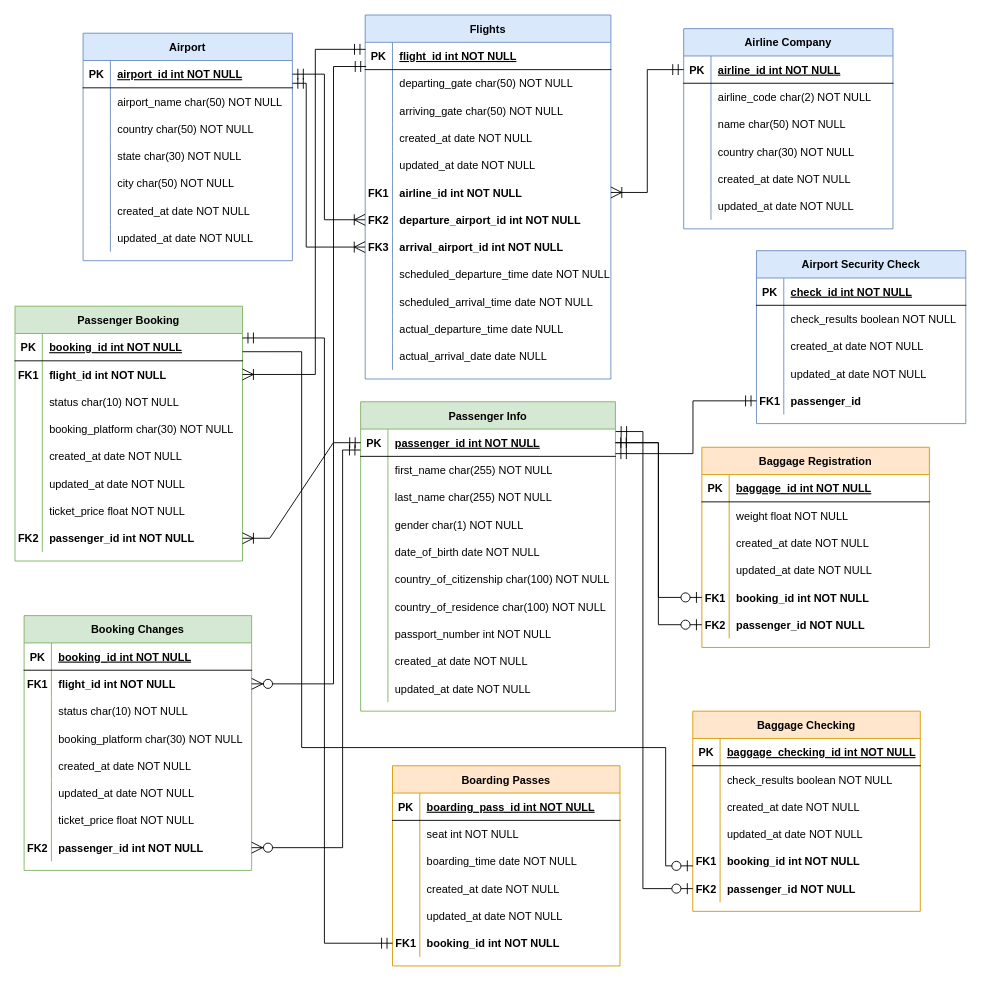
Earlier version of the draw.io diagram Db-assignment1.drawio (AnyokaCS/DBMS). Source tidied: cells renumbered, new cells numbered last; positions are measured from the earlier drawing's top-left corner, leaving out a move shared by most shapes. Both pictures are drawn from the tidied source at 91%, with x=0, y=0 at pixel (15, 15).
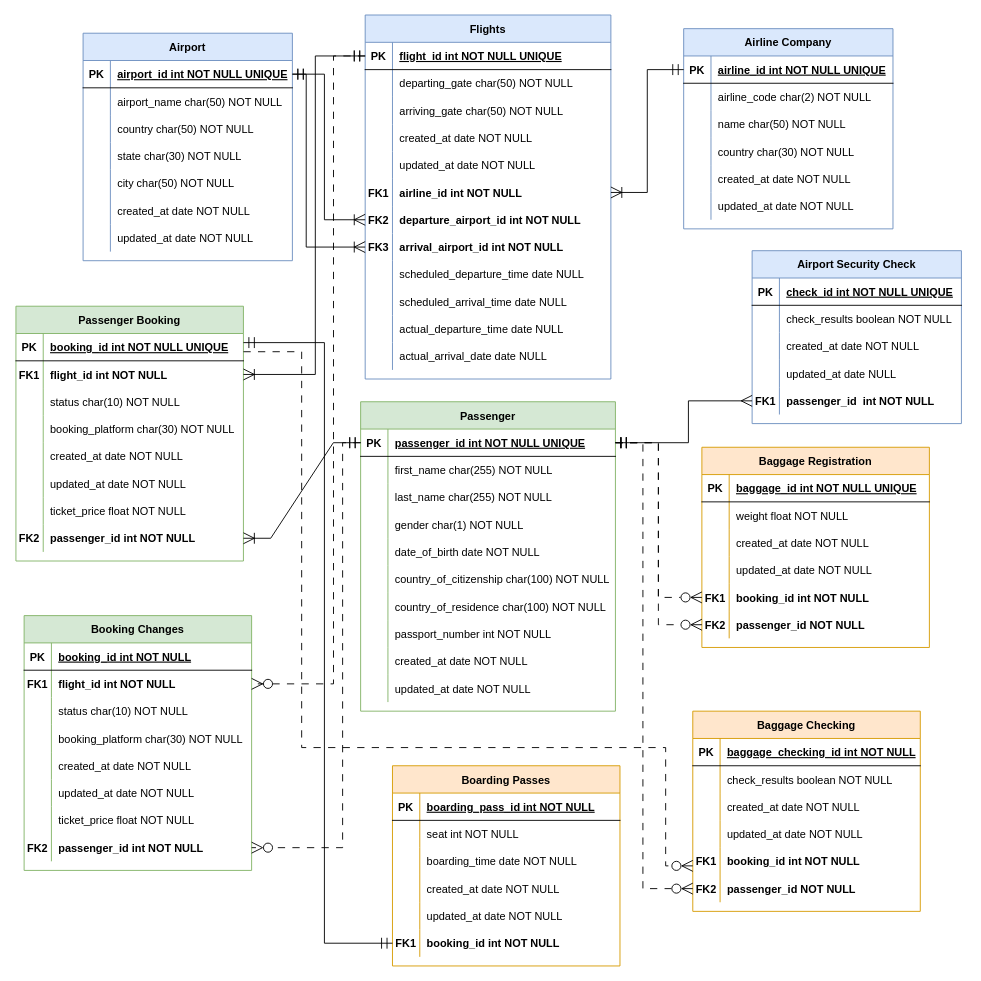
The same page after the edit.

The change refers to these unchanged cells:
```xml
<mxCell id="3" style="shape=partialRectangle;fillColor=none;points=[[0,0.5],[1,0.5]];portConstraint=eastwest;top=0;left=0;right=0;bottom=1;" parent="2" vertex="1">
  <mxGeometry y="30" width="230" height="30" as="geometry" />
</mxCell>
<mxCell id="25" style="shape=partialRectangle;fillColor=none;points=[[0,0.5],[1,0.5]];portConstraint=eastwest;top=0;left=0;right=0;bottom=1;" parent="24" vertex="1">
  <mxGeometry y="30" width="270" height="30" as="geometry" />
</mxCell>
<mxCell id="46" style="shape=partialRectangle;fillColor=none;points=[[0,0.5],[1,0.5]];portConstraint=eastwest;top=0;left=0;right=0;bottom=0;" parent="24" vertex="1">
  <mxGeometry y="240" width="270" height="30" as="geometry" />
</mxCell>
<mxCell id="49" style="shape=partialRectangle;fillColor=none;top=0;left=0;right=0;bottom=0;" parent="24" vertex="1">
  <mxGeometry y="270" width="270" height="30" as="geometry" />
</mxCell>
<mxCell id="52" style="shape=partialRectangle;fillColor=none;top=0;left=0;right=0;bottom=0;" parent="24" vertex="1">
  <mxGeometry y="300" width="270" height="30" as="geometry" />
</mxCell>
<mxCell id="62" style="shape=partialRectangle;fillColor=none;points=[[0,0.5],[1,0.5]];portConstraint=eastwest;top=0;left=0;right=0;bottom=1;" parent="61" vertex="1">
  <mxGeometry y="30" width="230" height="30" as="geometry" />
</mxCell>
<mxCell id="83" style="shape=partialRectangle;fillColor=none;points=[[0,0.5],[1,0.5]];portConstraint=eastwest;top=0;left=0;right=0;bottom=1;" parent="82" vertex="1">
  <mxGeometry y="30" width="250" height="30" as="geometry" />
</mxCell>
<mxCell id="86" style="shape=partialRectangle;fillColor=none;points=[[0,0.5],[1,0.5]];portConstraint=eastwest;top=0;left=0;right=0;bottom=0;" parent="82" vertex="1">
  <mxGeometry y="60" width="250" height="30" as="geometry" />
</mxCell>
<mxCell id="108" style="shape=partialRectangle;fillColor=none;points=[[0,0.5],[1,0.5]];portConstraint=eastwest;top=0;left=0;right=0;bottom=1;" parent="107" vertex="1">
  <mxGeometry y="30" width="280" height="30" as="geometry" />
</mxCell>
<mxCell id="143" style="shape=partialRectangle;fillColor=none;points=[[0,0.5],[1,0.5]];portConstraint=eastwest;top=0;left=0;right=0;bottom=0;" parent="139" vertex="1">
  <mxGeometry y="60" width="250" height="30" as="geometry" />
</mxCell>
<mxCell id="161" style="shape=partialRectangle;fillColor=none;points=[[0,0.5],[1,0.5]];portConstraint=eastwest;top=0;left=0;right=0;bottom=0;" parent="139" vertex="1">
  <mxGeometry y="240" width="250" height="30" as="geometry" />
</mxCell>
<mxCell id="180" style="shape=partialRectangle;fillColor=none;points=[[0,0.5],[1,0.5]];portConstraint=eastwest;top=0;left=0;right=0;bottom=0;" parent="164" vertex="1">
  <mxGeometry y="180" width="250" height="30" as="geometry" />
</mxCell>
<mxCell id="184" style="shape=partialRectangle;fillColor=none;top=0;left=0;right=0;bottom=1;" parent="183" vertex="1">
  <mxGeometry y="30" width="230" height="30" as="geometry" />
</mxCell>
<mxCell id="193" style="shape=partialRectangle;fillColor=none;top=0;left=0;right=0;bottom=0;" parent="183" vertex="1">
  <mxGeometry y="120" width="230" height="30" as="geometry" />
</mxCell>
<mxCell id="196" style="shape=partialRectangle;fillColor=none;points=[[0,0.5],[1,0.5]];portConstraint=eastwest;top=0;left=0;right=0;bottom=0;" parent="183" vertex="1">
  <mxGeometry y="150" width="230" height="30" as="geometry" />
</mxCell>
<mxCell id="200" style="shape=partialRectangle;fillColor=none;top=0;left=0;right=0;bottom=1;" parent="199" vertex="1">
  <mxGeometry y="30" width="250" height="30" as="geometry" />
</mxCell>
<mxCell id="212" style="shape=partialRectangle;fillColor=none;points=[[0,0.5],[1,0.5]];portConstraint=eastwest;top=0;left=0;right=0;bottom=0;" parent="199" vertex="1">
  <mxGeometry y="150" width="250" height="30" as="geometry" />
</mxCell>
<mxCell id="215" style="shape=partialRectangle;fillColor=none;points=[[0,0.5],[1,0.5]];portConstraint=eastwest;top=0;left=0;right=0;bottom=0;" parent="199" vertex="1">
  <mxGeometry y="180" width="250" height="30" as="geometry" />
</mxCell>
<mxCell id="234" style="shape=partialRectangle;fillColor=none;points=[[0,0.5],[1,0.5]];portConstraint=eastwest;top=0;left=0;right=0;bottom=0;" parent="218" vertex="1">
  <mxGeometry y="180" width="250" height="30" as="geometry" />
</mxCell>
```

Change to the diagram source:
```diff
@@
-    <mxCell id="5" value="airport_id int NOT NULL " style="shape=partialRectangle;overflow=hidden;fillColor=none;top=0;left=0;bottom=0;right=0;align=left;spacingLeft=6;fontStyle=5;" parent="3" vertex="1">
+    <mxCell id="5" value="airport_id int NOT NULL UNIQUE" style="shape=partialRectangle;overflow=hidden;fillColor=none;top=0;left=0;bottom=0;right=0;align=left;spacingLeft=6;fontStyle=5;" parent="3" vertex="1">
       <mxGeometry x="30" width="200" height="30" as="geometry" />
     </mxCell>
@@
-    <mxCell id="27" value="flight_id int NOT NULL " style="shape=partialRectangle;overflow=hidden;fillColor=none;top=0;left=0;bottom=0;right=0;align=left;spacingLeft=6;fontStyle=5;" parent="25" vertex="1">
+    <mxCell id="27" value="flight_id int NOT NULL UNIQUE" style="shape=partialRectangle;overflow=hidden;fillColor=none;top=0;left=0;bottom=0;right=0;align=left;spacingLeft=6;fontStyle=5;" parent="25" vertex="1">
       <mxGeometry x="30" width="240" height="30" as="geometry" />
     </mxCell>
@@
-    <mxCell id="51" value="scheduled_departure_time date NOT NULL" style="shape=partialRectangle;overflow=hidden;fillColor=none;top=0;left=0;bottom=0;right=0;align=left;spacingLeft=6;" parent="49" vertex="1">
+    <mxCell id="51" value="scheduled_departure_time date NULL" style="shape=partialRectangle;overflow=hidden;fillColor=none;top=0;left=0;bottom=0;right=0;align=left;spacingLeft=6;" parent="49" vertex="1">
       <mxGeometry x="30" width="240" height="30" as="geometry" />
     </mxCell>
@@
-    <mxCell id="54" value="scheduled_arrival_time date NOT NULL" style="shape=partialRectangle;overflow=hidden;fillColor=none;top=0;left=0;bottom=0;right=0;align=left;spacingLeft=6;" parent="52" vertex="1">
+    <mxCell id="54" value="scheduled_arrival_time date NULL" style="shape=partialRectangle;overflow=hidden;fillColor=none;top=0;left=0;bottom=0;right=0;align=left;spacingLeft=6;" parent="52" vertex="1">
       <mxGeometry x="30" width="240" height="30" as="geometry" />
     </mxCell>
@@
-    <mxCell id="64" value="airline_id int NOT NULL " style="shape=partialRectangle;overflow=hidden;fillColor=none;top=0;left=0;bottom=0;right=0;align=left;spacingLeft=6;fontStyle=5;" parent="62" vertex="1">
+    <mxCell id="64" value="airline_id int NOT NULL UNIQUE" style="shape=partialRectangle;overflow=hidden;fillColor=none;top=0;left=0;bottom=0;right=0;align=left;spacingLeft=6;fontStyle=5;" parent="62" vertex="1">
       <mxGeometry x="30" width="200" height="30" as="geometry" />
     </mxCell>
@@
-    <mxCell id="81" style="edgeStyle=orthogonalEdgeStyle;fontSize=12;html=1;endArrow=ERoneToMany;startArrow=ERmandOne;rounded=0;entryX=0;entryY=0.5;entryDx=0;entryDy=0;endSize=10;startSize=10;" parent="1" edge="1" target="46">
+    <mxCell id="81" style="edgeStyle=orthogonalEdgeStyle;fontSize=12;html=1;endArrow=ERoneToMany;startArrow=ERmandOne;rounded=0;entryX=0;entryY=0.5;entryDx=0;entryDy=0;endSize=10;startSize=10;exitX=1;exitY=0.5;exitDx=0;exitDy=0;" parent="1" edge="1" source="3" target="46">
       <mxGeometry relative="1" as="geometry">
-        <mxPoint x="304.8" y="75" as="sourcePoint" />
         <Array as="points">
-          <mxPoint x="320" y="75" />
+          <mxPoint x="320" y="65" />
           <mxPoint x="320" y="255" />
         </Array>
       </mxGeometry>
     </mxCell>
     <mxCell id="82" value="Passenger Booking" style="shape=table;startSize=30;childLayout=tableLayout;rowLines=0;fontStyle=1;align=center;fillColor=#d5e8d4;strokeColor=#82b366;" parent="1" vertex="1">
-      <mxGeometry y="320" width="250" height="280" as="geometry" />
+      <mxGeometry x="1" y="320" width="250" height="280" as="geometry" />
     </mxCell>
@@
-    <mxCell id="85" value="booking_id int NOT NULL " style="shape=partialRectangle;overflow=hidden;fillColor=none;top=0;left=0;bottom=0;right=0;align=left;spacingLeft=6;fontStyle=5;" parent="83" vertex="1">
+    <mxCell id="85" value="booking_id int NOT NULL UNIQUE" style="shape=partialRectangle;overflow=hidden;fillColor=none;top=0;left=0;bottom=0;right=0;align=left;spacingLeft=6;fontStyle=5;" parent="83" vertex="1">
       <mxGeometry x="30" width="220" height="30" as="geometry" />
     </mxCell>
@@
-    <mxCell id="107" value="Passenger Info" style="shape=table;startSize=30;childLayout=tableLayout;rowLines=0;fontStyle=1;align=center;fillColor=#d5e8d4;strokeColor=#82b366;" parent="1" vertex="1">
+    <mxCell id="107" value="Passenger" style="shape=table;startSize=30;childLayout=tableLayout;rowLines=0;fontStyle=1;align=center;fillColor=#d5e8d4;strokeColor=#82b366;" parent="1" vertex="1">
       <mxGeometry x="379.8" y="425" width="280" height="340" as="geometry" />
     </mxCell>
@@
-    <mxCell id="110" value="passenger_id int NOT NULL " style="shape=partialRectangle;overflow=hidden;fillColor=none;top=0;left=0;bottom=0;right=0;align=left;spacingLeft=6;fontStyle=5;" parent="108" vertex="1">
+    <mxCell id="110" value="passenger_id int NOT NULL UNIQUE" style="shape=partialRectangle;overflow=hidden;fillColor=none;top=0;left=0;bottom=0;right=0;align=left;spacingLeft=6;fontStyle=5;" parent="108" vertex="1">
       <mxGeometry x="30" width="250" height="30" as="geometry" />
     </mxCell>
@@
     <mxCell id="183" value="Airport Security Check" style="shape=table;startSize=30;childLayout=tableLayout;rowLines=0;fontStyle=1;align=center;fillColor=#dae8fc;strokeColor=#6c8ebf;" parent="1" vertex="1">
-      <mxGeometry x="814.8" y="259" width="230" height="190" as="geometry" />
+      <mxGeometry x="810" y="259" width="230" height="190" as="geometry" />
     </mxCell>
@@
-    <mxCell id="186" value="check_id int NOT NULL " style="shape=partialRectangle;overflow=hidden;fillColor=none;top=0;left=0;bottom=0;right=0;align=left;spacingLeft=6;fontStyle=5;" parent="184" vertex="1">
+    <mxCell id="186" value="check_id int NOT NULL UNIQUE" style="shape=partialRectangle;overflow=hidden;fillColor=none;top=0;left=0;bottom=0;right=0;align=left;spacingLeft=6;fontStyle=5;" parent="184" vertex="1">
       <mxGeometry x="30" width="200" height="30" as="geometry" />
     </mxCell>
@@
-    <mxCell id="195" value="updated_at date NOT NULL" style="shape=partialRectangle;overflow=hidden;fillColor=none;top=0;left=0;bottom=0;right=0;align=left;spacingLeft=6;" parent="193" vertex="1">
+    <mxCell id="195" value="updated_at date NULL" style="shape=partialRectangle;overflow=hidden;fillColor=none;top=0;left=0;bottom=0;right=0;align=left;spacingLeft=6;" parent="193" vertex="1">
       <mxGeometry x="30" width="200" height="30" as="geometry" />
     </mxCell>
@@
-    <mxCell id="198" value="passenger_id" style="shape=partialRectangle;overflow=hidden;fillColor=none;top=0;left=0;bottom=0;right=0;align=left;spacingLeft=6;fontStyle=1;" parent="196" vertex="1">
+    <mxCell id="198" value="passenger_id  int NOT NULL" style="shape=partialRectangle;overflow=hidden;fillColor=none;top=0;left=0;bottom=0;right=0;align=left;spacingLeft=6;fontStyle=1;" parent="196" vertex="1">
       <mxGeometry x="30" width="200" height="30" as="geometry" />
     </mxCell>
@@
-    <mxCell id="202" value="baggage_id int NOT NULL " style="shape=partialRectangle;overflow=hidden;fillColor=none;top=0;left=0;bottom=0;right=0;align=left;spacingLeft=6;fontStyle=5;" parent="200" vertex="1">
+    <mxCell id="202" value="baggage_id int NOT NULL UNIQUE" style="shape=partialRectangle;overflow=hidden;fillColor=none;top=0;left=0;bottom=0;right=0;align=left;spacingLeft=6;fontStyle=5;" parent="200" vertex="1">
       <mxGeometry x="30" width="220" height="30" as="geometry" />
     </mxCell>
@@
-    <mxCell id="237" style="edgeStyle=orthogonalEdgeStyle;fontSize=12;html=1;endArrow=ERmandOne;startArrow=ERmandOne;rounded=0;entryX=0;entryY=0.5;entryDx=0;entryDy=0;endSize=10;startSize=10;" parent="1" edge="1" source="108" target="196">
+    <mxCell id="237" style="edgeStyle=orthogonalEdgeStyle;fontSize=12;html=1;endArrow=ERmany;startArrow=ERmandOne;rounded=0;entryX=0;entryY=0.5;entryDx=0;entryDy=0;endSize=10;startSize=10;endFill=0;" parent="1" edge="1" source="108" target="196">
       <mxGeometry relative="1" as="geometry">
         <Array as="points">
-          <mxPoint x="745" y="482" />
-          <mxPoint x="745" y="424" />
+          <mxPoint x="740" y="470" />
+          <mxPoint x="740" y="424" />
         </Array>
       </mxGeometry>
     </mxCell>
@@
-    <mxCell id="239" style="edgeStyle=orthogonalEdgeStyle;fontSize=12;html=1;endArrow=ERmandOne;startArrow=ERmandOne;rounded=0;endSize=10;startSize=10;exitX=1;exitY=0.163;exitDx=0;exitDy=0;exitPerimeter=0;" parent="1" edge="1" source="83" target="180">
+    <mxCell id="239" style="edgeStyle=orthogonalEdgeStyle;fontSize=12;html=1;endArrow=ERmandOne;startArrow=ERmandOne;rounded=0;endSize=10;startSize=10;" parent="1" edge="1" source="83" target="180">
       <mxGeometry relative="1" as="geometry">
         <Array as="points">
-          <mxPoint x="340" y="355" />
+          <mxPoint x="340" y="360" />
           <mxPoint x="340" y="1020" />
         </Array>
       </mxGeometry>
     </mxCell>
-    <mxCell id="240" style="edgeStyle=elbowEdgeStyle;fontSize=12;html=1;endArrow=ERzeroToMany;startArrow=ERmandOne;rounded=0;exitX=-0.001;exitY=0.767;exitDx=0;exitDy=0;exitPerimeter=0;endSize=10;startSize=10;entryX=1;entryY=0.5;entryDx=0;entryDy=0;" parent="1" edge="1" source="108" target="161">
+    <mxCell id="240" style="edgeStyle=elbowEdgeStyle;fontSize=12;html=1;endArrow=ERzeroToMany;startArrow=ERmandOne;rounded=0;exitX=0;exitY=0.5;exitDx=0;exitDy=0;endSize=10;startSize=10;entryX=1;entryY=0.5;entryDx=0;entryDy=0;dashed=1;dashPattern=8 8;" parent="1" edge="1" source="108" target="161">
       <mxGeometry relative="1" as="geometry">
         <Array as="points">
           <mxPoint x="360" y="720" />
         </Array>
       </mxGeometry>
     </mxCell>
-    <mxCell id="241" style="edgeStyle=orthogonalEdgeStyle;fontSize=12;html=1;endArrow=ERzeroToOne;endFill=1;rounded=0;exitX=1;exitY=0.667;exitDx=0;exitDy=0;entryX=0;entryY=0.5;entryDx=0;entryDy=0;endSize=10;startSize=10;exitPerimeter=0;" parent="1" edge="1" source="83">
+    <mxCell id="241" style="edgeStyle=orthogonalEdgeStyle;fontSize=12;html=1;endArrow=ERzeroToMany;endFill=0;rounded=0;exitX=1;exitY=0.667;exitDx=0;exitDy=0;entryX=0;entryY=0.5;entryDx=0;entryDy=0;endSize=10;startSize=10;exitPerimeter=0;dashed=1;dashPattern=8 8;" parent="1" edge="1" source="83">
       <mxGeometry relative="1" as="geometry">
         <mxPoint x="744.8" y="935" as="targetPoint" />
         <Array as="points">
           <mxPoint x="315" y="370" />
           <mxPoint x="315" y="805" />
           <mxPoint x="715" y="805" />
           <mxPoint x="715" y="935" />
         </Array>
       </mxGeometry>
     </mxCell>
-    <mxCell id="242" style="edgeStyle=elbowEdgeStyle;fontSize=12;html=1;endArrow=ERoneToMany;startArrow=ERmandOne;rounded=0;endSize=10;startSize=10;entryX=1;entryY=0.5;entryDx=0;entryDy=0;exitX=0.001;exitY=0.257;exitDx=0;exitDy=0;exitPerimeter=0;" parent="1" edge="1" source="25" target="86">
+    <mxCell id="242" style="edgeStyle=elbowEdgeStyle;fontSize=12;html=1;endArrow=ERoneToMany;startArrow=ERmandOne;rounded=0;endSize=10;startSize=10;entryX=1;entryY=0.5;entryDx=0;entryDy=0;" parent="1" edge="1" source="25" target="86">
       <mxGeometry relative="1" as="geometry">
         <Array as="points">
           <mxPoint x="330" y="220" />
         </Array>
       </mxGeometry>
     </mxCell>
-    <mxCell id="243" style="edgeStyle=elbowEdgeStyle;fontSize=12;html=1;endArrow=ERzeroToMany;startArrow=ERmandOne;rounded=0;entryX=1;entryY=0.5;entryDx=0;entryDy=0;exitX=0.004;exitY=0.886;exitDx=0;exitDy=0;exitPerimeter=0;endSize=10;startSize=10;" parent="1" edge="1" source="25" target="143">
+    <mxCell id="243" style="edgeStyle=elbowEdgeStyle;fontSize=12;html=1;endArrow=ERzeroToMany;startArrow=ERmandOne;rounded=0;entryX=1;entryY=0.5;entryDx=0;entryDy=0;endSize=10;startSize=10;dashed=1;dashPattern=8 8;" parent="1" edge="1" source="25" target="143">
       <mxGeometry relative="1" as="geometry">
         <Array as="points">
           <mxPoint x="350" y="400" />
         </Array>
       </mxGeometry>
     </mxCell>
-    <mxCell id="244" style="edgeStyle=elbowEdgeStyle;fontSize=12;html=1;endArrow=ERzeroToOne;startArrow=ERmandOne;rounded=0;exitX=1;exitY=0.5;exitDx=0;exitDy=0;endSize=10;startSize=10;" parent="1" edge="1" source="108" target="215">
+    <mxCell id="244" style="edgeStyle=elbowEdgeStyle;fontSize=12;html=1;endArrow=ERzeroToMany;startArrow=ERmandOne;rounded=0;exitX=1;exitY=0.5;exitDx=0;exitDy=0;endSize=10;startSize=10;endFill=0;dashed=1;dashPattern=8 8;" parent="1" edge="1" source="108" target="215">
       <mxGeometry relative="1" as="geometry" />
     </mxCell>
-    <mxCell id="245" style="edgeStyle=elbowEdgeStyle;fontSize=12;html=1;endArrow=ERzeroToOne;startArrow=ERmandOne;rounded=0;exitX=1.001;exitY=0.091;exitDx=0;exitDy=0;endSize=10;startSize=10;exitPerimeter=0;" parent="1" edge="1" source="108" target="234">
+    <mxCell id="245" style="edgeStyle=elbowEdgeStyle;fontSize=12;html=1;endArrow=ERzeroToMany;startArrow=ERmandOne;rounded=0;exitX=1;exitY=0.5;exitDx=0;exitDy=0;endSize=10;startSize=10;endFill=0;dashed=1;dashPattern=8 8;" parent="1" edge="1" source="108" target="234">
       <mxGeometry relative="1" as="geometry">
         <Array as="points">
           <mxPoint x="690" y="720" />
         </Array>
       </mxGeometry>
     </mxCell>
-    <mxCell id="246" style="edgeStyle=elbowEdgeStyle;fontSize=12;html=1;endArrow=ERzeroToOne;startArrow=ERmandOne;rounded=0;exitX=1;exitY=0.5;exitDx=0;exitDy=0;endSize=10;startSize=10;" parent="1" edge="1" target="212">
+    <mxCell id="246" style="edgeStyle=elbowEdgeStyle;fontSize=12;html=1;endArrow=ERzeroToMany;startArrow=ERmandOne;rounded=0;exitX=1;exitY=0.5;exitDx=0;exitDy=0;endSize=10;startSize=10;endFill=0;dashed=1;dashPattern=8 8;" parent="1" edge="1" target="212">
       <mxGeometry relative="1" as="geometry">
         <mxPoint x="659.8" y="470" as="sourcePoint" />
+        <Array as="points">
+          <mxPoint x="707" y="560" />
+        </Array>
       </mxGeometry>
     </mxCell>
```
